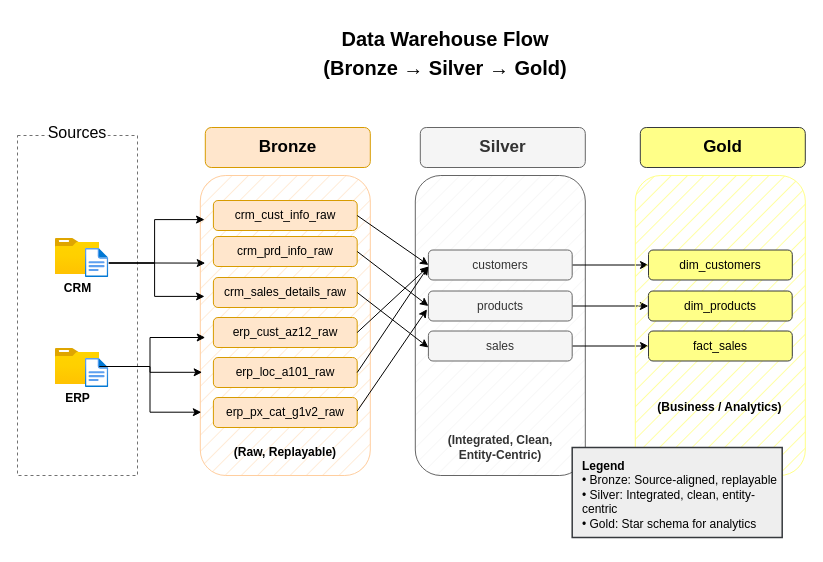
mohammednom3n/data_warehouse_project keeps this draw.io diagram as docs/data_flow.drawio. Above is the earlier version. Source tidied: cells renumbered, new cells numbered last; positions are measured from the earlier drawing's top-left corner, leaving out a move shared by most shapes. Both pictures are drawn from the tidied source at 100%, with x=0, y=0 at pixel (17, 17).
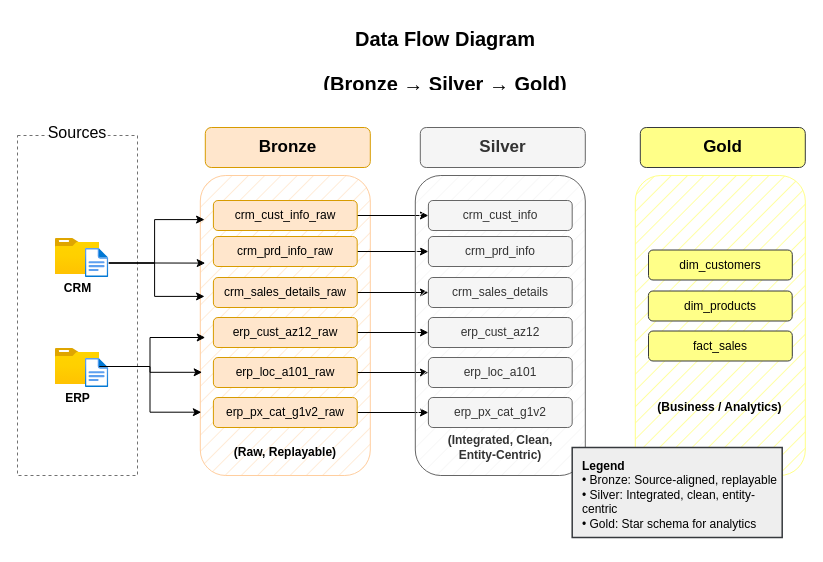
The same diagram, later.

Commit message (it also covers changes not shown here):
fix: refine silver layer transformations

The change refers to these unchanged cells:
```xml
<mxCell id="10" value="crm_cust_info_raw" style="rounded=1;whiteSpace=wrap;html=1;fillColor=#ffe6cc;strokeColor=#d79b00;" parent="1" vertex="1">
  <mxGeometry x="195.9" y="183" width="143.8" height="30" as="geometry" />
</mxCell>
<mxCell id="11" value="crm_prd_info_raw" style="rounded=1;whiteSpace=wrap;html=1;fillColor=#ffe6cc;strokeColor=#d79b00;" parent="1" vertex="1">
  <mxGeometry x="195.9" y="219" width="143.8" height="30" as="geometry" />
</mxCell>
<mxCell id="12" value="crm_sales_details_raw" style="rounded=1;whiteSpace=wrap;html=1;fillColor=#ffe6cc;strokeColor=#d79b00;" parent="1" vertex="1">
  <mxGeometry x="195.9" y="260" width="143.8" height="30" as="geometry" />
</mxCell>
<mxCell id="13" value="erp_cust_az12_raw" style="rounded=1;whiteSpace=wrap;html=1;fillColor=#ffe6cc;strokeColor=#d79b00;" parent="1" vertex="1">
  <mxGeometry x="195.9" y="300" width="143.8" height="30" as="geometry" />
</mxCell>
<mxCell id="14" value="erp_loc_a101_raw" style="rounded=1;whiteSpace=wrap;html=1;fillColor=#ffe6cc;strokeColor=#d79b00;" parent="1" vertex="1">
  <mxGeometry x="195.9" y="340" width="143.8" height="30" as="geometry" />
</mxCell>
<mxCell id="15" value="erp_px_cat_g1v2_raw" style="rounded=1;whiteSpace=wrap;html=1;fillColor=#ffe6cc;strokeColor=#d79b00;" parent="1" vertex="1">
  <mxGeometry x="195.9" y="380" width="143.8" height="30" as="geometry" />
</mxCell>
<mxCell id="40" value="dim_customers" style="rounded=1;whiteSpace=wrap;html=1;fillColor=#ffff88;strokeColor=#36393d;" parent="1" vertex="1">
  <mxGeometry x="631" y="232.5" width="143.8" height="30" as="geometry" />
</mxCell>
<mxCell id="41" value="dim_products" style="rounded=1;whiteSpace=wrap;html=1;fillColor=#ffff88;strokeColor=#36393d;" parent="1" vertex="1">
  <mxGeometry x="630.9" y="273.5" width="143.8" height="30" as="geometry" />
</mxCell>
<mxCell id="42" value="fact_sales" style="rounded=1;whiteSpace=wrap;html=1;fillColor=#ffff88;strokeColor=#36393d;" parent="1" vertex="1">
  <mxGeometry x="631" y="313.5" width="143.8" height="30" as="geometry" />
</mxCell>
```

What changed in the source:
```diff
@@
+    <mxCell id="46" style="edgeStyle=orthogonalEdgeStyle;rounded=0;jettySize=auto;html=1;exitX=1;exitY=0.5;exitDx=0;exitDy=0;" parent="1" edge="1" source="10" target="52">
+      <mxGeometry relative="1" as="geometry" />
+    </mxCell>
@@
+    <mxCell id="47" style="edgeStyle=orthogonalEdgeStyle;rounded=0;jettySize=auto;html=1;exitX=1;exitY=0.5;exitDx=0;exitDy=0;entryX=0;entryY=0.5;entryDx=0;entryDy=0;" parent="1" edge="1" source="11" target="53">
+      <mxGeometry relative="1" as="geometry" />
+    </mxCell>
@@
+    <mxCell id="48" style="edgeStyle=orthogonalEdgeStyle;rounded=0;jettySize=auto;html=1;exitX=1;exitY=0.5;exitDx=0;exitDy=0;entryX=0;entryY=0.5;entryDx=0;entryDy=0;" parent="1" edge="1" source="12" target="54">
+      <mxGeometry relative="1" as="geometry" />
+    </mxCell>
@@
+    <mxCell id="49" style="edgeStyle=orthogonalEdgeStyle;rounded=0;jettySize=auto;html=1;exitX=1;exitY=0.5;exitDx=0;exitDy=0;entryX=0;entryY=0.5;entryDx=0;entryDy=0;" parent="1" edge="1" source="13" target="55">
+      <mxGeometry relative="1" as="geometry" />
+    </mxCell>
@@
+    <mxCell id="50" style="edgeStyle=orthogonalEdgeStyle;rounded=0;jettySize=auto;html=1;exitX=1;exitY=0.5;exitDx=0;exitDy=0;entryX=0;entryY=0.5;entryDx=0;entryDy=0;" parent="1" edge="1" source="14" target="56">
+      <mxGeometry relative="1" as="geometry" />
+    </mxCell>
@@
+    <mxCell id="51" style="edgeStyle=orthogonalEdgeStyle;rounded=0;jettySize=auto;html=1;entryX=0;entryY=0.5;entryDx=0;entryDy=0;" parent="1" edge="1" source="15" target="57">
+      <mxGeometry relative="1" as="geometry" />
+    </mxCell>
@@
-    <mxCell id="25" style="edgeStyle=orthogonalEdgeStyle;rounded=0;jettySize=auto;html=1;" parent="1" edge="1" source="26" target="40">
-      <mxGeometry relative="1" as="geometry" />
-    </mxCell>
-    <mxCell id="26" value="customers" style="rounded=1;whiteSpace=wrap;html=1;fillColor=#f5f5f5;strokeColor=#666666;fontColor=#333333;" parent="1" vertex="1">
-      <mxGeometry x="410.9" y="232.5" width="143.8" height="30" as="geometry" />
-    </mxCell>
-    <mxCell id="27" style="edgeStyle=orthogonalEdgeStyle;rounded=0;jettySize=auto;html=1;" parent="1" edge="1" source="28" target="41">
-      <mxGeometry relative="1" as="geometry" />
-    </mxCell>
-    <mxCell id="28" value="products" style="rounded=1;whiteSpace=wrap;html=1;fillColor=#f5f5f5;strokeColor=#666666;fontColor=#333333;" parent="1" vertex="1">
-      <mxGeometry x="410.9" y="273.5" width="143.8" height="30" as="geometry" />
-    </mxCell>
-    <mxCell id="29" style="edgeStyle=orthogonalEdgeStyle;rounded=0;jettySize=auto;html=1;" parent="1" edge="1" source="30" target="42">
-      <mxGeometry relative="1" as="geometry" />
-    </mxCell>
-    <mxCell id="30" value="sales" style="rounded=1;whiteSpace=wrap;html=1;fillColor=#f5f5f5;strokeColor=#666666;fontColor=#333333;" parent="1" vertex="1">
-      <mxGeometry x="410.9" y="313.5" width="143.8" height="30" as="geometry" />
-    </mxCell>
@@
-    <mxCell id="32" style="endArrow=classic;html=1;rounded=0;exitX=1;exitY=0.5;exitDx=0;exitDy=0;entryX=0;entryY=0.5;entryDx=0;entryDy=0;" parent="1" edge="1" source="11" target="28">
-      <mxGeometry relative="1" as="geometry" />
-    </mxCell>
-    <mxCell id="33" style="endArrow=classic;html=1;rounded=0;entryX=-0.01;entryY=0.61;entryDx=0;entryDy=0;entryPerimeter=0;" parent="1" edge="1" target="28">
-      <mxGeometry relative="1" as="geometry">
-        <mxPoint x="339.7" y="393.5" as="sourcePoint" />
-      </mxGeometry>
-    </mxCell>
-    <mxCell id="34" style="endArrow=classic;html=1;rounded=0;exitX=1;exitY=0.5;exitDx=0;exitDy=0;" parent="1" edge="1" source="12">
-      <mxGeometry relative="1" as="geometry">
-        <mxPoint x="410.9" y="330" as="targetPoint" />
-      </mxGeometry>
-    </mxCell>
-    <mxCell id="35" style="endArrow=classic;html=1;rounded=0;exitX=1;exitY=0.5;exitDx=0;exitDy=0;entryX=0;entryY=0.5;entryDx=0;entryDy=0;" parent="1" edge="1" source="10" target="26">
-      <mxGeometry relative="1" as="geometry" />
-    </mxCell>
-    <mxCell id="36" style="endArrow=classic;html=1;rounded=0;exitX=1;exitY=0.5;exitDx=0;exitDy=0;" parent="1" edge="1" source="13">
-      <mxGeometry relative="1" as="geometry">
-        <mxPoint x="410.9" y="249" as="targetPoint" />
-      </mxGeometry>
-    </mxCell>
-    <mxCell id="37" style="endArrow=classic;html=1;rounded=0;exitX=1;exitY=0.5;exitDx=0;exitDy=0;" parent="1" edge="1" source="14">
-      <mxGeometry relative="1" as="geometry">
-        <mxPoint x="410.9" y="249" as="targetPoint" />
-      </mxGeometry>
-    </mxCell>
@@
-    <mxCell id="44" value="&lt;h1 style=&quot;margin-top: 0px;&quot;&gt;&lt;font style=&quot;font-size: 20px;&quot;&gt;Data Warehouse Flow (Bronze → Silver → Gold)&lt;/font&gt;&lt;/h1&gt;" style="text;html=1;whiteSpace=wrap;overflow=hidden;rounded=0;align=center;fontStyle=1;" parent="1" vertex="1">
+    <mxCell id="44" value="&lt;h1 style=&quot;margin-top: 0px;&quot;&gt;&lt;font style=&quot;font-size: 20px;&quot;&gt;Data Flow Diagram&lt;/font&gt;&lt;/h1&gt;&lt;h1 style=&quot;margin-top: 0px;&quot;&gt;&lt;span style=&quot;font-size: 20px; background-color: transparent; color: light-dark(rgb(0, 0, 0), rgb(255, 255, 255));&quot;&gt;(Bronze → Silver → Gold)&lt;/span&gt;&lt;/h1&gt;" style="text;html=1;whiteSpace=wrap;overflow=hidden;rounded=0;align=center;fontStyle=1;" parent="1" vertex="1">
       <mxGeometry x="287.8" width="280" height="70" as="geometry" />
     </mxCell>
@@
+    <mxCell id="52" value="crm_cust_info" style="rounded=1;whiteSpace=wrap;html=1;fillColor=#f5f5f5;strokeColor=#666666;fontColor=#333333;" parent="1" vertex="1">
+      <mxGeometry x="410.9" y="183" width="143.8" height="30" as="geometry" />
+    </mxCell>
+    <mxCell id="53" value="crm_prd_info" style="rounded=1;whiteSpace=wrap;html=1;fillColor=#f5f5f5;strokeColor=#666666;fontColor=#333333;" parent="1" vertex="1">
+      <mxGeometry x="410.9" y="219" width="143.8" height="30" as="geometry" />
+    </mxCell>
+    <mxCell id="54" value="crm_sales_details" style="rounded=1;whiteSpace=wrap;html=1;fillColor=#f5f5f5;strokeColor=#666666;fontColor=#333333;" parent="1" vertex="1">
+      <mxGeometry x="410.9" y="260" width="143.8" height="30" as="geometry" />
+    </mxCell>
+    <mxCell id="55" value="erp_cust_az12" style="rounded=1;whiteSpace=wrap;html=1;fillColor=#f5f5f5;strokeColor=#666666;fontColor=#333333;" parent="1" vertex="1">
+      <mxGeometry x="410.9" y="300" width="143.8" height="30" as="geometry" />
+    </mxCell>
+    <mxCell id="56" value="erp_loc_a101" style="rounded=1;whiteSpace=wrap;html=1;fillColor=#f5f5f5;strokeColor=#666666;fontColor=#333333;" parent="1" vertex="1">
+      <mxGeometry x="410.9" y="340" width="143.8" height="30" as="geometry" />
+    </mxCell>
+    <mxCell id="57" value="erp_px_cat_g1v2" style="rounded=1;whiteSpace=wrap;html=1;fillColor=#f5f5f5;strokeColor=#666666;fontColor=#333333;" parent="1" vertex="1">
+      <mxGeometry x="410.9" y="380" width="143.8" height="30" as="geometry" />
+    </mxCell>
```
